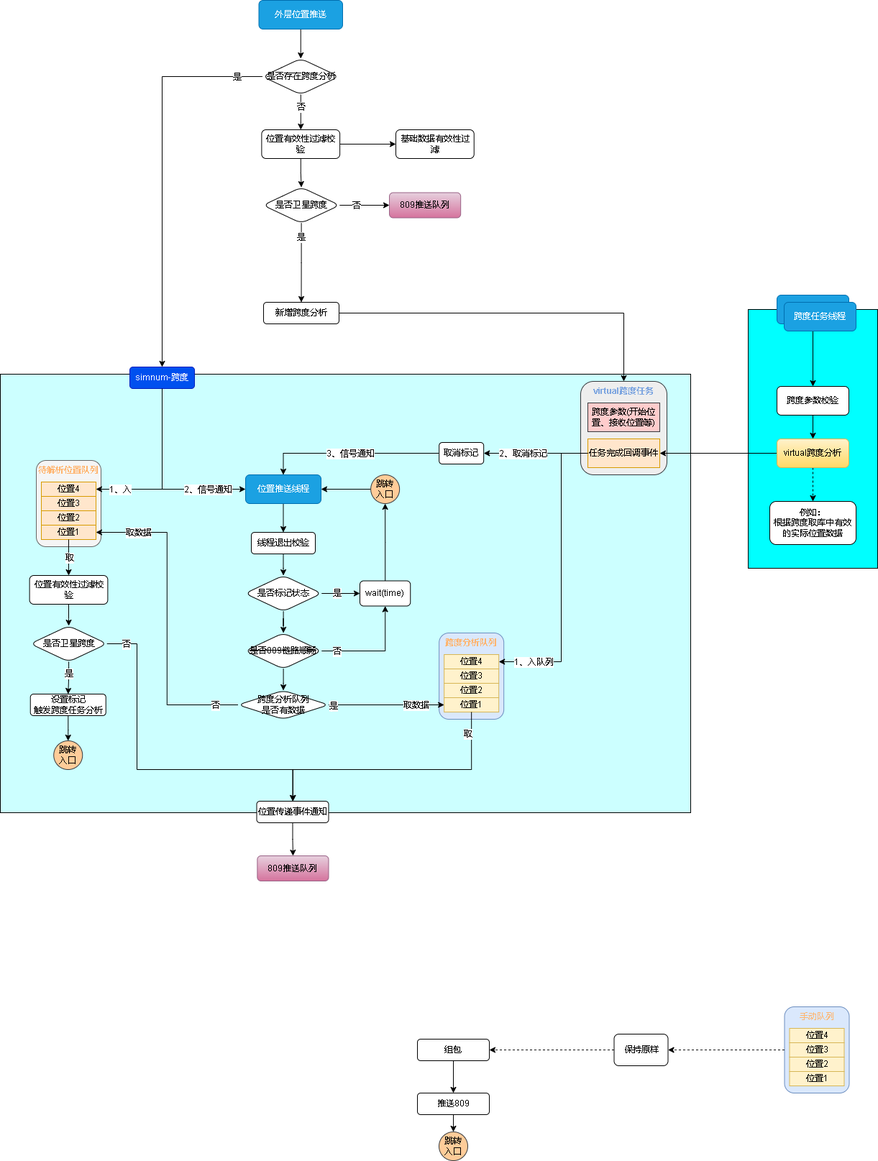
Above: 809数据跨度.drawio.png in xktder/draw (draw.io), before the change. Source tidied: cells renumbered, new cells last; positions are measured from the earlier drawing's top-left corner, leaving out a move shared by most shapes.
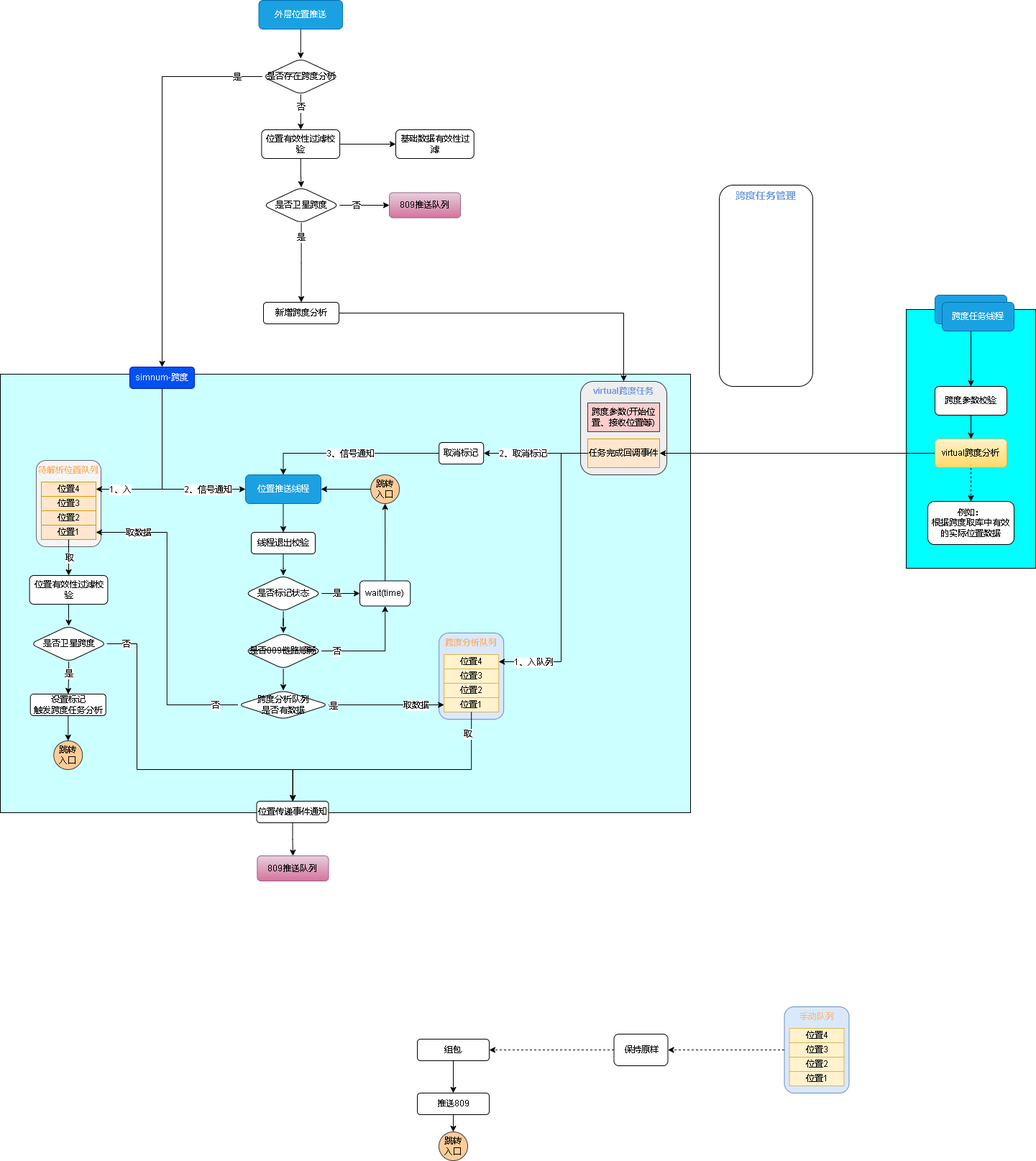
Above is the later version.

Commit message:
更新809数据跨度.drawio.png

The edit, as a diff of the source:
```diff
@@ -3,7 +3,7 @@
     <mxCell id="0" />
     <mxCell id="1" parent="0" />
     <mxCell id="2" style="rounded=0;whiteSpace=wrap;html=1;fontColor=#000000;fillColor=#00FFFF;" parent="1" vertex="1">
-      <mxGeometry x="1040" y="430" width="180" height="360" as="geometry" />
+      <mxGeometry x="1260" y="430" width="180" height="360" as="geometry" />
     </mxCell>
     <mxCell id="3" style="rounded=0;whiteSpace=wrap;html=1;fontColor=#000000;fillColor=#CCFFFF;" parent="1" vertex="1">
       <mxGeometry y="520" width="960" height="610" as="geometry" />
@@ -293,13 +293,13 @@
       <mxGeometry relative="1" as="geometry" />
     </mxCell>
     <mxCell id="83" value="跨度任务线程" style="rounded=1;whiteSpace=wrap;html=1;fontColor=#ffffff;fillColor=#1ba1e2;strokeColor=#006EAF;" parent="1" vertex="1">
-      <mxGeometry x="1080" y="410" width="100" height="40" as="geometry" />
+      <mxGeometry x="1300" y="410" width="100" height="40" as="geometry" />
     </mxCell>
     <mxCell id="84" style="edgeStyle=orthogonalEdgeStyle;rounded=0;jettySize=auto;html=1;fontColor=#000000;" parent="1" edge="1" source="85" target="88">
       <mxGeometry relative="1" as="geometry" />
     </mxCell>
     <mxCell id="85" value="跨度参数校验" style="rounded=1;whiteSpace=wrap;html=1;fontColor=#000000;" parent="1" vertex="1">
-      <mxGeometry x="1080" y="537" width="100" height="40" as="geometry" />
+      <mxGeometry x="1300" y="537" width="100" height="40" as="geometry" />
     </mxCell>
     <mxCell id="86" style="edgeStyle=orthogonalEdgeStyle;rounded=0;jettySize=auto;html=1;entryX=1;entryY=0.5;entryDx=0;entryDy=0;fontColor=#000000;" parent="1" edge="1" source="88" target="74">
       <mxGeometry relative="1" as="geometry" />
@@ -308,10 +308,10 @@
       <mxGeometry relative="1" as="geometry" />
     </mxCell>
     <mxCell id="88" value="virtual跨度分析" style="whiteSpace=wrap;html=1;rounded=1;fillColor=#fff2cc;gradientColor=#ffd966;strokeColor=#d6b656;" parent="1" vertex="1">
-      <mxGeometry x="1080" y="610" width="100" height="40" as="geometry" />
+      <mxGeometry x="1300" y="610" width="100" height="40" as="geometry" />
     </mxCell>
     <mxCell id="89" value="例如：&lt;br&gt;根据跨度取库中有效的实际位置数据" style="rounded=1;whiteSpace=wrap;html=1;fontColor=#000000;" parent="1" vertex="1">
-      <mxGeometry x="1070" y="697" width="120" height="60" as="geometry" />
+      <mxGeometry x="1290" y="697" width="120" height="60" as="geometry" />
     </mxCell>
     <mxCell id="90" style="edgeStyle=orthogonalEdgeStyle;rounded=0;jettySize=auto;html=1;entryX=1;entryY=0.5;entryDx=0;entryDy=0;dashed=1;fontColor=#7EA6E0;" parent="1" edge="1" source="91" target="58">
       <mxGeometry relative="1" as="geometry" />
@@ -386,10 +386,13 @@
       <mxGeometry x="357.4" y="1190" width="99.1" height="35" as="geometry" />
     </mxCell>
     <mxCell id="112" value="跨度任务线程" style="rounded=1;whiteSpace=wrap;html=1;fontColor=#ffffff;fillColor=#1ba1e2;strokeColor=#006EAF;" parent="1" vertex="1">
-      <mxGeometry x="1090" y="420" width="100" height="40" as="geometry" />
+      <mxGeometry x="1310" y="420" width="100" height="40" as="geometry" />
     </mxCell>
     <mxCell id="113" value="基础数据有效性过滤" style="rounded=1;whiteSpace=wrap;html=1;fontFamily=Helvetica;fontSize=12;fontColor=default;align=center;strokeColor=default;fillColor=default;" parent="1" vertex="1">
       <mxGeometry x="550" y="180" width="108.8" height="40" as="geometry" />
     </mxCell>
+    <mxCell id="114" value="&lt;font color=&quot;#7ea6e0&quot; style=&quot;font-size: 14px;&quot;&gt;&lt;b&gt;跨度任务管理&lt;/b&gt;&lt;/font&gt;" style="rounded=1;whiteSpace=wrap;html=1;verticalAlign=top;" parent="1" vertex="1">
+      <mxGeometry x="1000" y="257" width="130" height="280" as="geometry" />
+    </mxCell>
   </root>
 </mxGraphModel>
```
